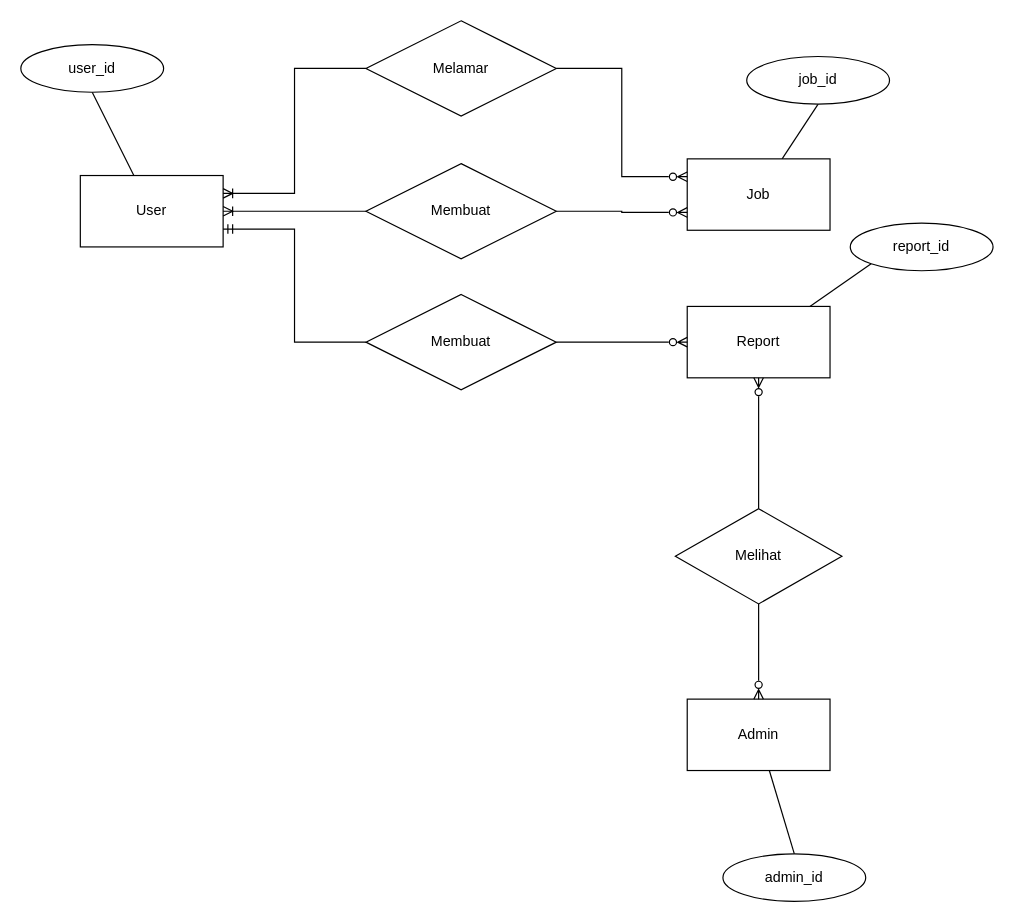
Before: ERD.drawio in osenbal/ar.gent-uml, a draw.io diagram. Source tidied: cells renumbered, new cells numbered last; positions are measured from the earlier drawing's top-left corner, leaving out a move shared by most shapes. Both pictures are drawn from the tidied source at 119%, with x=0, y=0 at pixel (20, 20).
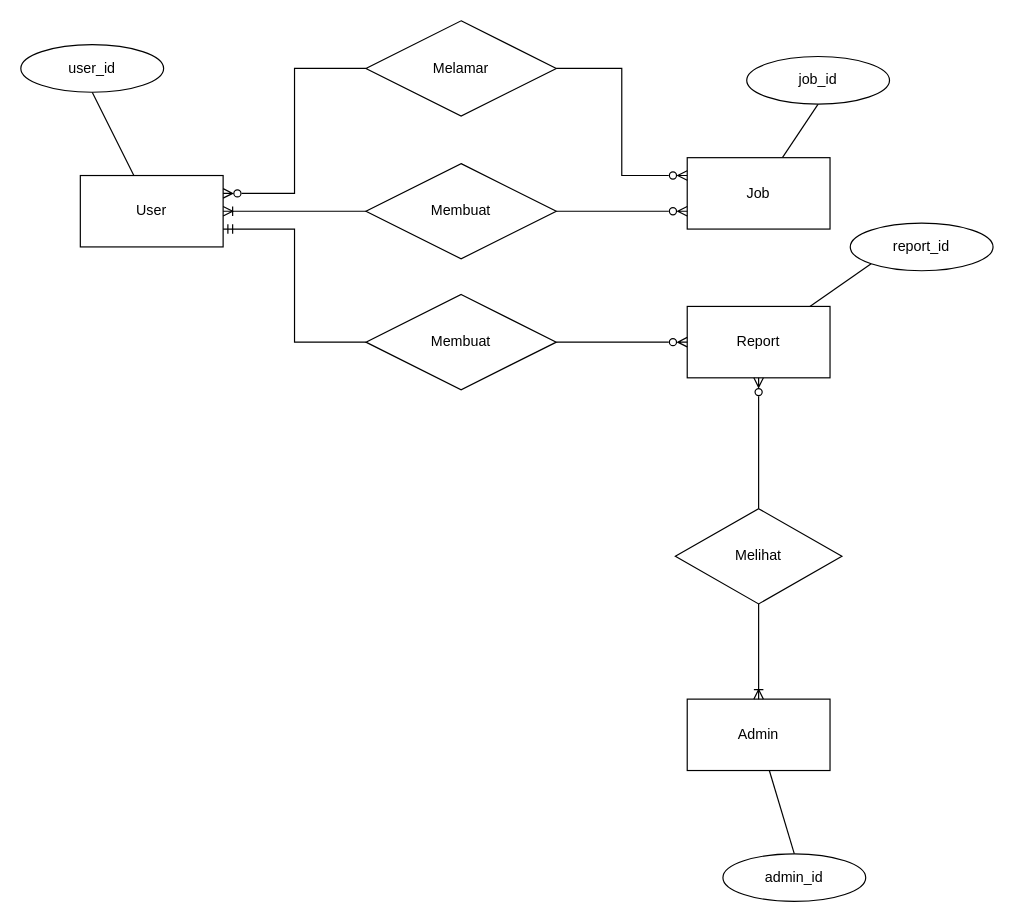
The same diagram, later.

The change refers to these unchanged cells:
```xml
<mxCell id="3" value="User" style="rounded=0;whiteSpace=wrap;html=1;" parent="1" vertex="1">
  <mxGeometry x="50" y="130" width="120" height="60" as="geometry" />
</mxCell>
<mxCell id="6" value="Melamar" style="rhombus;whiteSpace=wrap;html=1;" parent="1" vertex="1">
  <mxGeometry x="290" width="160" height="80" as="geometry" />
</mxCell>
<mxCell id="10" value="Admin" style="rounded=0;whiteSpace=wrap;html=1;" parent="1" vertex="1">
  <mxGeometry x="560" y="570" width="120" height="60" as="geometry" />
</mxCell>
<mxCell id="16" value="Melihat" style="rhombus;whiteSpace=wrap;html=1;" parent="1" vertex="1">
  <mxGeometry x="550" y="410" width="140" height="80" as="geometry" />
</mxCell>
```

The edit, as a diff of the source:
```diff
@@
     <mxCell id="5" value="Job" style="rounded=0;whiteSpace=wrap;html=1;" parent="1" vertex="1">
-      <mxGeometry x="560" y="116" width="120" height="60" as="geometry" />
+      <mxGeometry x="560" y="115" width="120" height="60" as="geometry" />
     </mxCell>
@@
-    <mxCell id="15" style="edgeStyle=orthogonalEdgeStyle;rounded=0;jettySize=auto;html=1;entryX=0.5;entryY=0;entryDx=0;entryDy=0;shadow=0;strokeColor=default;endArrow=ERzeroToMany;endFill=0;" parent="1" edge="1" source="16" target="10">
+    <mxCell id="15" style="edgeStyle=orthogonalEdgeStyle;rounded=0;jettySize=auto;html=1;entryX=0.5;entryY=0;entryDx=0;entryDy=0;shadow=0;strokeColor=default;endArrow=ERoneToMany;endFill=0;" parent="1" edge="1" source="16" target="10">
       <mxGeometry relative="1" as="geometry" />
     </mxCell>
@@
-    <mxCell id="25" style="edgeStyle=orthogonalEdgeStyle;rounded=0;jettySize=auto;html=1;entryX=1;entryY=0.25;entryDx=0;entryDy=0;shadow=0;strokeColor=default;endArrow=ERoneToMany;endFill=0;exitX=0;exitY=0.5;exitDx=0;exitDy=0;" parent="1" edge="1" source="6" target="3">
+    <mxCell id="25" style="edgeStyle=orthogonalEdgeStyle;rounded=0;jettySize=auto;html=1;entryX=1;entryY=0.25;entryDx=0;entryDy=0;shadow=0;strokeColor=default;endArrow=ERzeroToMany;endFill=0;exitX=0;exitY=0.5;exitDx=0;exitDy=0;" parent="1" edge="1" source="6" target="3">
       <mxGeometry relative="1" as="geometry" />
     </mxCell>
```
